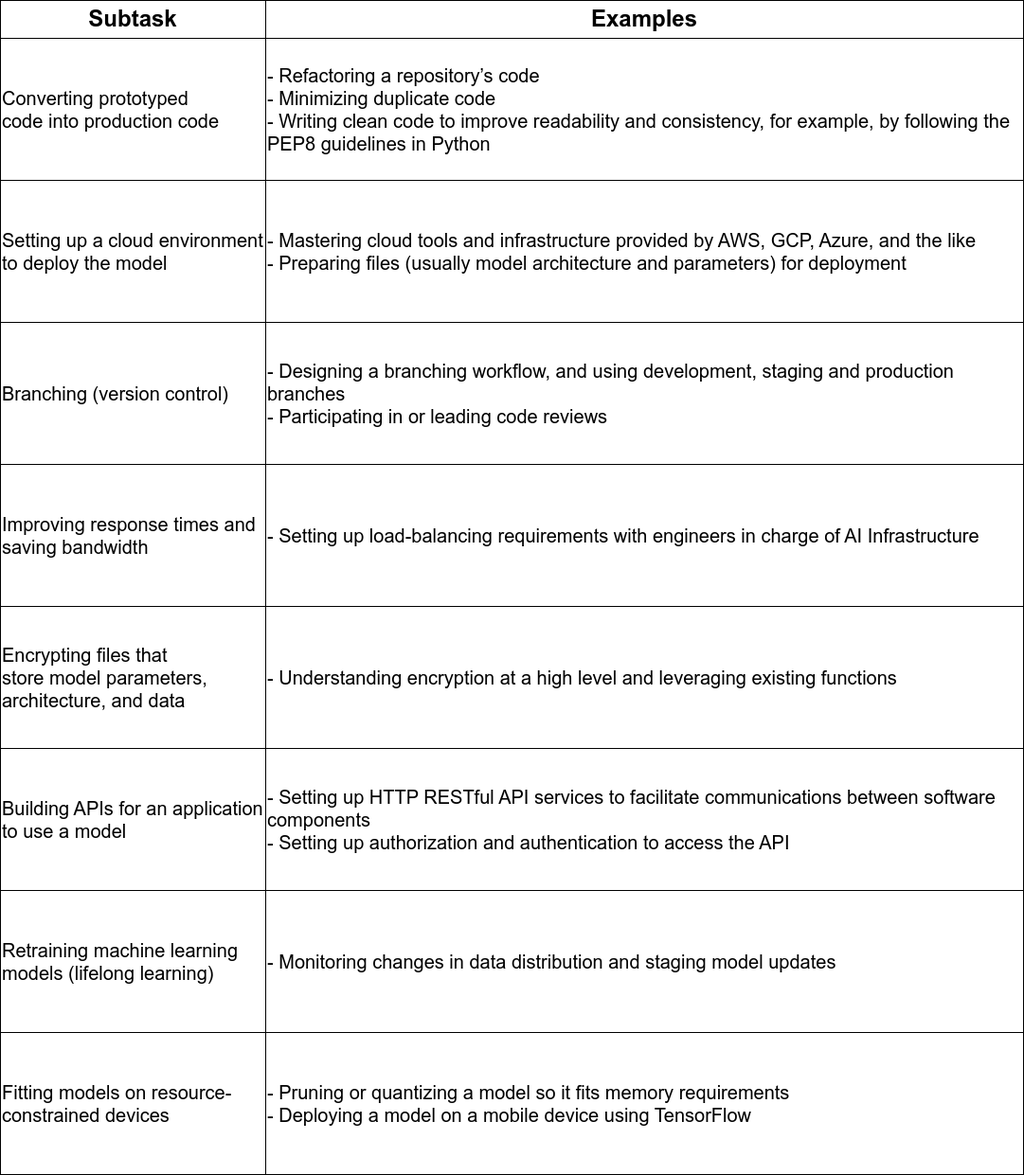
Above: diagrams/tasks_deployment.drawio.png in ryndovaira-org/data_science_lectures (draw.io), before the change. Source tidied: cells renumbered, new cells last; positions are measured from the earlier drawing's top-left corner, leaving out a move shared by most shapes.
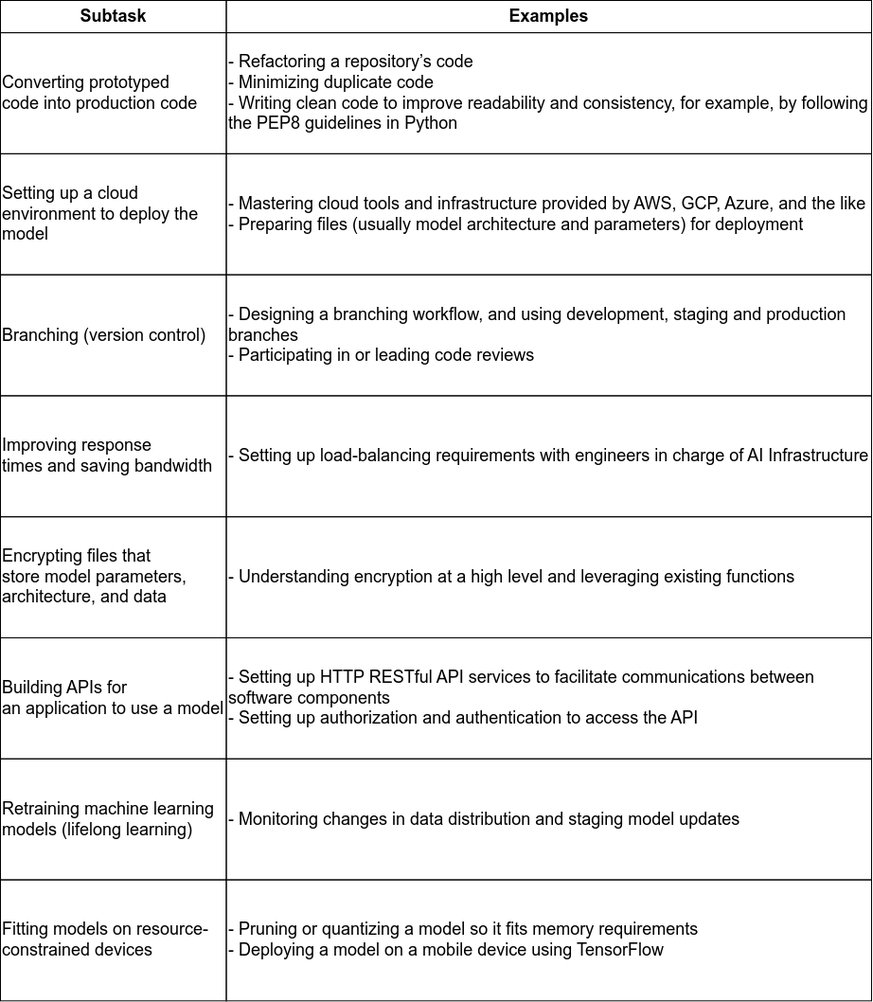
After the commit.

The edit, as a diff of the source:
```diff
@@ -2,59 +2,62 @@
   <root>
     <mxCell id="0" />
     <mxCell id="1" parent="0" />
+    <mxCell id="20" style="group;fontSize=18;" parent="1" vertex="1">
+      <mxGeometry width="920" height="1056.3" as="geometry" />
+    </mxCell>
-    <mxCell id="2" value="&lt;font style=&quot;font-size: 24px;&quot;&gt;Subtask&lt;/font&gt;" style="rounded=0;whiteSpace=wrap;html=1;fillColor=none;fontSize=24;fontStyle=1;" parent="1" vertex="1">
-      <mxGeometry width="280" height="40" as="geometry" />
+    <mxCell id="2" value="&lt;font style=&quot;font-size: 18px;&quot;&gt;Subtask&lt;/font&gt;" style="rounded=0;whiteSpace=wrap;html=1;fillColor=none;fontSize=18;fontStyle=1;" parent="20" vertex="1">
+      <mxGeometry width="238.5" height="34.1" as="geometry" />
     </mxCell>
-    <mxCell id="3" value="&lt;font style=&quot;font-size: 24px;&quot;&gt;Examples&lt;/font&gt;" style="rounded=0;whiteSpace=wrap;html=1;fillColor=none;fontSize=24;fontStyle=1;" parent="1" vertex="1">
-      <mxGeometry x="280" width="800" height="40" as="geometry" />
+    <mxCell id="3" value="&lt;font style=&quot;font-size: 18px;&quot;&gt;Examples&lt;/font&gt;" style="rounded=0;whiteSpace=wrap;html=1;fillColor=none;fontSize=18;fontStyle=1;" parent="20" vertex="1">
+      <mxGeometry x="238.5" width="681.5" height="34.1" as="geometry" />
     </mxCell>
-    <mxCell id="4" value="&lt;div style=&quot;&quot;&gt;&lt;div&gt;Converting prototyped code&amp;nbsp;&lt;span style=&quot;background-color: initial;&quot;&gt;into production code&lt;/span&gt;&lt;/div&gt;&lt;/div&gt;" style="rounded=0;whiteSpace=wrap;html=1;align=left;fontSize=20;fillColor=none;" parent="1" vertex="1">
-      <mxGeometry y="40" width="280" height="150" as="geometry" />
+    <mxCell id="4" value="&lt;div style=&quot;font-size: 18px;&quot;&gt;&lt;div style=&quot;font-size: 18px;&quot;&gt;Converting prototyped code&amp;nbsp;&lt;span style=&quot;background-color: initial; font-size: 18px;&quot;&gt;into production code&lt;/span&gt;&lt;/div&gt;&lt;/div&gt;" style="rounded=0;whiteSpace=wrap;html=1;align=left;fontSize=18;fillColor=none;" parent="20" vertex="1">
+      <mxGeometry y="34.1" width="238.5" height="127.8" as="geometry" />
     </mxCell>
-    <mxCell id="5" value="- Refactoring a repository’s code&lt;br&gt;- Minimizing duplicate code&lt;br&gt;&lt;div&gt;- Writing clean code to improve readability and consistency, for example,&amp;nbsp;&lt;span style=&quot;background-color: initial;&quot;&gt;by following the PEP8 guidelines in Python&lt;/span&gt;&lt;/div&gt;" style="rounded=0;whiteSpace=wrap;html=1;align=left;fontSize=20;fillColor=none;" parent="1" vertex="1">
-      <mxGeometry x="280" y="40" width="800" height="150" as="geometry" />
+    <mxCell id="5" value="- Refactoring a repository’s code&lt;br style=&quot;font-size: 18px;&quot;&gt;- Minimizing duplicate code&lt;br style=&quot;font-size: 18px;&quot;&gt;&lt;div style=&quot;font-size: 18px;&quot;&gt;- Writing clean code to improve readability and consistency, for example,&amp;nbsp;&lt;span style=&quot;background-color: initial; font-size: 18px;&quot;&gt;by following the PEP8 guidelines in Python&lt;/span&gt;&lt;/div&gt;" style="rounded=0;whiteSpace=wrap;html=1;align=left;fontSize=18;fillColor=none;" parent="20" vertex="1">
+      <mxGeometry x="238.5" y="34.1" width="681.5" height="127.8" as="geometry" />
     </mxCell>
-    <mxCell id="6" value="&lt;div style=&quot;&quot;&gt;&lt;div&gt;Setting up a cloud environ&lt;span style=&quot;background-color: initial;&quot;&gt;ment to deploy the model&lt;/span&gt;&lt;/div&gt;&lt;/div&gt;" style="rounded=0;html=1;fontSize=20;align=left;labelBackgroundColor=none;fillColor=none;whiteSpace=wrap;" parent="1" vertex="1">
-      <mxGeometry y="190" width="280" height="150" as="geometry" />
+    <mxCell id="6" value="&lt;div style=&quot;font-size: 18px;&quot;&gt;&lt;div style=&quot;font-size: 18px;&quot;&gt;Setting up a cloud environ&lt;span style=&quot;background-color: initial; font-size: 18px;&quot;&gt;ment to deploy the model&lt;/span&gt;&lt;/div&gt;&lt;/div&gt;" style="rounded=0;html=1;fontSize=18;align=left;labelBackgroundColor=none;fillColor=none;whiteSpace=wrap;" parent="20" vertex="1">
+      <mxGeometry y="161.9" width="238.5" height="127.8" as="geometry" />
     </mxCell>
-    <mxCell id="7" value="&lt;div&gt;- Mastering cloud tools and infrastructure provided by AWS, GCP, Azure,&amp;nbsp;&lt;span style=&quot;background-color: initial;&quot;&gt;and the like&lt;/span&gt;&lt;/div&gt;&lt;div&gt;- Preparing files (usually model architecture and parameters) for deployment&lt;/div&gt;" style="rounded=0;html=1;fontSize=20;align=left;labelBackgroundColor=none;fillColor=none;whiteSpace=wrap;" parent="1" vertex="1">
-      <mxGeometry x="280" y="190" width="800" height="150" as="geometry" />
+    <mxCell id="7" value="&lt;div style=&quot;font-size: 18px;&quot;&gt;- Mastering cloud tools and infrastructure provided by AWS, GCP, Azure,&amp;nbsp;&lt;span style=&quot;background-color: initial; font-size: 18px;&quot;&gt;and the like&lt;/span&gt;&lt;/div&gt;&lt;div style=&quot;font-size: 18px;&quot;&gt;- Preparing files (usually model architecture and parameters) for deployment&lt;/div&gt;" style="rounded=0;html=1;fontSize=18;align=left;labelBackgroundColor=none;fillColor=none;whiteSpace=wrap;" parent="20" vertex="1">
+      <mxGeometry x="238.5" y="161.9" width="681.5" height="127.8" as="geometry" />
     </mxCell>
-    <mxCell id="8" value="Branching (version control)" style="rounded=0;html=1;fontSize=20;align=left;labelBackgroundColor=none;fillColor=none;whiteSpace=wrap;" parent="1" vertex="1">
-      <mxGeometry y="340" width="280" height="150" as="geometry" />
+    <mxCell id="8" value="Branching (version control)" style="rounded=0;html=1;fontSize=18;align=left;labelBackgroundColor=none;fillColor=none;whiteSpace=wrap;" parent="20" vertex="1">
+      <mxGeometry y="289.6" width="238.5" height="127.8" as="geometry" />
     </mxCell>
-    <mxCell id="9" value="&lt;div&gt;- Designing a branching workflow, and using development, staging and&amp;nbsp;&lt;span style=&quot;background-color: initial;&quot;&gt;production branches&lt;/span&gt;&lt;/div&gt;&lt;div&gt;- Participating in or leading code reviews&lt;/div&gt;" style="rounded=0;html=1;fontSize=20;align=left;labelBackgroundColor=none;fillColor=none;whiteSpace=wrap;" parent="1" vertex="1">
-      <mxGeometry x="280" y="340" width="800" height="150" as="geometry" />
+    <mxCell id="9" value="&lt;div style=&quot;font-size: 18px;&quot;&gt;- Designing a branching workflow, and using development, staging and&amp;nbsp;&lt;span style=&quot;background-color: initial; font-size: 18px;&quot;&gt;production branches&lt;/span&gt;&lt;/div&gt;&lt;div style=&quot;font-size: 18px;&quot;&gt;- Participating in or leading code reviews&lt;/div&gt;" style="rounded=0;html=1;fontSize=18;align=left;labelBackgroundColor=none;fillColor=none;whiteSpace=wrap;" parent="20" vertex="1">
+      <mxGeometry x="238.5" y="289.6" width="681.5" height="127.8" as="geometry" />
     </mxCell>
-    <mxCell id="10" value="&lt;div&gt;Improving response times&amp;nbsp;&lt;span style=&quot;background-color: initial;&quot;&gt;and saving bandwidth&lt;/span&gt;&lt;/div&gt;" style="rounded=0;html=1;fontSize=20;align=left;labelBackgroundColor=none;fillColor=none;whiteSpace=wrap;" parent="1" vertex="1">
-      <mxGeometry y="490" width="280" height="150" as="geometry" />
+    <mxCell id="10" value="&lt;div style=&quot;font-size: 18px;&quot;&gt;Improving response times&amp;nbsp;&lt;span style=&quot;background-color: initial; font-size: 18px;&quot;&gt;and saving bandwidth&lt;/span&gt;&lt;/div&gt;" style="rounded=0;html=1;fontSize=18;align=left;labelBackgroundColor=none;fillColor=none;whiteSpace=wrap;" parent="20" vertex="1">
+      <mxGeometry y="417.4" width="238.5" height="127.8" as="geometry" />
     </mxCell>
-    <mxCell id="11" value="&lt;div&gt;- Setting up load-balancing requirements with engineers in charge of AI&amp;nbsp;&lt;span style=&quot;background-color: initial;&quot;&gt;Infrastructure&lt;/span&gt;&lt;/div&gt;" style="rounded=0;html=1;fontSize=20;align=left;labelBackgroundColor=none;fillColor=none;whiteSpace=wrap;" parent="1" vertex="1">
-      <mxGeometry x="280" y="490" width="800" height="150" as="geometry" />
+    <mxCell id="11" value="&lt;div style=&quot;font-size: 18px;&quot;&gt;- Setting up load-balancing requirements with engineers in charge of AI&amp;nbsp;&lt;span style=&quot;background-color: initial; font-size: 18px;&quot;&gt;Infrastructure&lt;/span&gt;&lt;/div&gt;" style="rounded=0;html=1;fontSize=18;align=left;labelBackgroundColor=none;fillColor=none;whiteSpace=wrap;" parent="20" vertex="1">
+      <mxGeometry x="238.5" y="417.4" width="681.5" height="127.8" as="geometry" />
     </mxCell>
-    <mxCell id="12" value="&lt;div&gt;Encrypting files that store&amp;nbsp;&lt;span style=&quot;background-color: initial;&quot;&gt;model parameters, architec&lt;/span&gt;&lt;span style=&quot;background-color: initial;&quot;&gt;ture, and data&lt;/span&gt;&lt;/div&gt;" style="rounded=0;html=1;fontSize=20;align=left;labelBackgroundColor=none;fillColor=none;whiteSpace=wrap;" parent="1" vertex="1">
-      <mxGeometry y="640" width="280" height="150" as="geometry" />
+    <mxCell id="12" value="&lt;div style=&quot;font-size: 18px;&quot;&gt;Encrypting files that store&amp;nbsp;&lt;span style=&quot;background-color: initial; font-size: 18px;&quot;&gt;model parameters, architec&lt;/span&gt;&lt;span style=&quot;background-color: initial; font-size: 18px;&quot;&gt;ture, and data&lt;/span&gt;&lt;/div&gt;" style="rounded=0;html=1;fontSize=18;align=left;labelBackgroundColor=none;fillColor=none;whiteSpace=wrap;" parent="20" vertex="1">
+      <mxGeometry y="545.2" width="238.5" height="127.8" as="geometry" />
     </mxCell>
-    <mxCell id="13" value="- Understanding encryption at a high level and leveraging existing functions" style="rounded=0;html=1;fontSize=20;align=left;labelBackgroundColor=none;fillColor=none;whiteSpace=wrap;" parent="1" vertex="1">
-      <mxGeometry x="280" y="640" width="800" height="150" as="geometry" />
+    <mxCell id="13" value="- Understanding encryption at a high level and leveraging existing functions" style="rounded=0;html=1;fontSize=18;align=left;labelBackgroundColor=none;fillColor=none;whiteSpace=wrap;" parent="20" vertex="1">
+      <mxGeometry x="238.5" y="545.2" width="681.5" height="127.8" as="geometry" />
     </mxCell>
-    <mxCell id="14" value="&lt;div&gt;Building APIs for an&amp;nbsp;&lt;span style=&quot;background-color: initial;&quot;&gt;application to use a model&lt;/span&gt;&lt;/div&gt;" style="rounded=0;html=1;fontSize=20;align=left;labelBackgroundColor=none;fillColor=none;whiteSpace=wrap;" parent="1" vertex="1">
-      <mxGeometry y="790" width="280" height="150" as="geometry" />
+    <mxCell id="14" value="&lt;div style=&quot;font-size: 18px;&quot;&gt;Building APIs for an&amp;nbsp;&lt;span style=&quot;background-color: initial; font-size: 18px;&quot;&gt;application to use a model&lt;/span&gt;&lt;/div&gt;" style="rounded=0;html=1;fontSize=18;align=left;labelBackgroundColor=none;fillColor=none;whiteSpace=wrap;" parent="20" vertex="1">
+      <mxGeometry y="673" width="238.5" height="127.8" as="geometry" />
     </mxCell>
-    <mxCell id="15" value="&lt;div&gt;- Setting up HTTP RESTful API services to facilitate communications&amp;nbsp;&lt;span style=&quot;background-color: initial;&quot;&gt;between software components&lt;/span&gt;&lt;/div&gt;&lt;div&gt;- Setting up authorization and authentication to access the API&lt;/div&gt;" style="rounded=0;html=1;fontSize=20;align=left;labelBackgroundColor=none;fillColor=none;whiteSpace=wrap;" parent="1" vertex="1">
-      <mxGeometry x="280" y="790" width="800" height="150" as="geometry" />
+    <mxCell id="15" value="&lt;div style=&quot;font-size: 18px;&quot;&gt;- Setting up HTTP RESTful API services to facilitate communications&amp;nbsp;&lt;span style=&quot;background-color: initial; font-size: 18px;&quot;&gt;between software components&lt;/span&gt;&lt;/div&gt;&lt;div style=&quot;font-size: 18px;&quot;&gt;- Setting up authorization and authentication to access the API&lt;/div&gt;" style="rounded=0;html=1;fontSize=18;align=left;labelBackgroundColor=none;fillColor=none;whiteSpace=wrap;" parent="20" vertex="1">
+      <mxGeometry x="238.5" y="673" width="681.5" height="127.8" as="geometry" />
     </mxCell>
-    <mxCell id="16" value="&lt;div&gt;Retraining&amp;nbsp;&lt;span style=&quot;background-color: initial;&quot;&gt;machine learning models&amp;nbsp;&lt;/span&gt;&lt;span style=&quot;background-color: initial;&quot;&gt;(lifelong learning)&lt;/span&gt;&lt;/div&gt;" style="rounded=0;html=1;fontSize=20;align=left;labelBackgroundColor=none;fillColor=none;whiteSpace=wrap;" parent="1" vertex="1">
-      <mxGeometry y="940" width="280" height="150" as="geometry" />
+    <mxCell id="16" value="&lt;div style=&quot;font-size: 18px;&quot;&gt;Retraining&amp;nbsp;&lt;span style=&quot;background-color: initial; font-size: 18px;&quot;&gt;machine learning models&amp;nbsp;&lt;/span&gt;&lt;span style=&quot;background-color: initial; font-size: 18px;&quot;&gt;(lifelong learning)&lt;/span&gt;&lt;/div&gt;" style="rounded=0;html=1;fontSize=18;align=left;labelBackgroundColor=none;fillColor=none;whiteSpace=wrap;" parent="20" vertex="1">
+      <mxGeometry y="800.7" width="238.5" height="127.8" as="geometry" />
     </mxCell>
-    <mxCell id="17" value="- Monitoring changes in data distribution and staging model updates" style="rounded=0;html=1;fontSize=20;align=left;labelBackgroundColor=none;fillColor=none;whiteSpace=wrap;" parent="1" vertex="1">
-      <mxGeometry x="280" y="940" width="800" height="150" as="geometry" />
+    <mxCell id="17" value="- Monitoring changes in data distribution and staging model updates" style="rounded=0;html=1;fontSize=18;align=left;labelBackgroundColor=none;fillColor=none;whiteSpace=wrap;" parent="20" vertex="1">
+      <mxGeometry x="238.5" y="800.7" width="681.5" height="127.8" as="geometry" />
     </mxCell>
-    <mxCell id="18" value="&lt;div&gt;Fitting models&amp;nbsp;&lt;span style=&quot;background-color: initial;&quot;&gt;on resource-&lt;/span&gt;&lt;span style=&quot;background-color: initial;&quot;&gt;constrained devices&lt;/span&gt;&lt;/div&gt;" style="rounded=0;html=1;fontSize=20;align=left;labelBackgroundColor=none;fillColor=none;whiteSpace=wrap;" parent="1" vertex="1">
-      <mxGeometry y="1090" width="280" height="150" as="geometry" />
+    <mxCell id="18" value="&lt;div style=&quot;font-size: 18px;&quot;&gt;Fitting models&amp;nbsp;&lt;span style=&quot;background-color: initial; font-size: 18px;&quot;&gt;on resource-&lt;/span&gt;&lt;span style=&quot;background-color: initial; font-size: 18px;&quot;&gt;constrained devices&lt;/span&gt;&lt;/div&gt;" style="rounded=0;html=1;fontSize=18;align=left;labelBackgroundColor=none;fillColor=none;whiteSpace=wrap;" parent="20" vertex="1">
+      <mxGeometry y="928.5" width="238.5" height="127.8" as="geometry" />
     </mxCell>
-    <mxCell id="19" value="&lt;div&gt;- Pruning or quantizing a model so it fits memory requirements&lt;/div&gt;&lt;div&gt;- Deploying a model on a mobile device using TensorFlow&lt;/div&gt;" style="rounded=0;html=1;fontSize=20;align=left;labelBackgroundColor=none;fillColor=none;whiteSpace=wrap;" parent="1" vertex="1">
-      <mxGeometry x="280" y="1090" width="800" height="150" as="geometry" />
+    <mxCell id="19" value="&lt;div style=&quot;font-size: 18px;&quot;&gt;- Pruning or quantizing a model so it fits memory requirements&lt;/div&gt;&lt;div style=&quot;font-size: 18px;&quot;&gt;- Deploying a model on a mobile device using TensorFlow&lt;/div&gt;" style="rounded=0;html=1;fontSize=18;align=left;labelBackgroundColor=none;fillColor=none;whiteSpace=wrap;" parent="20" vertex="1">
+      <mxGeometry x="238.5" y="928.5" width="681.5" height="127.8" as="geometry" />
     </mxCell>
   </root>
 </mxGraphModel>
```
